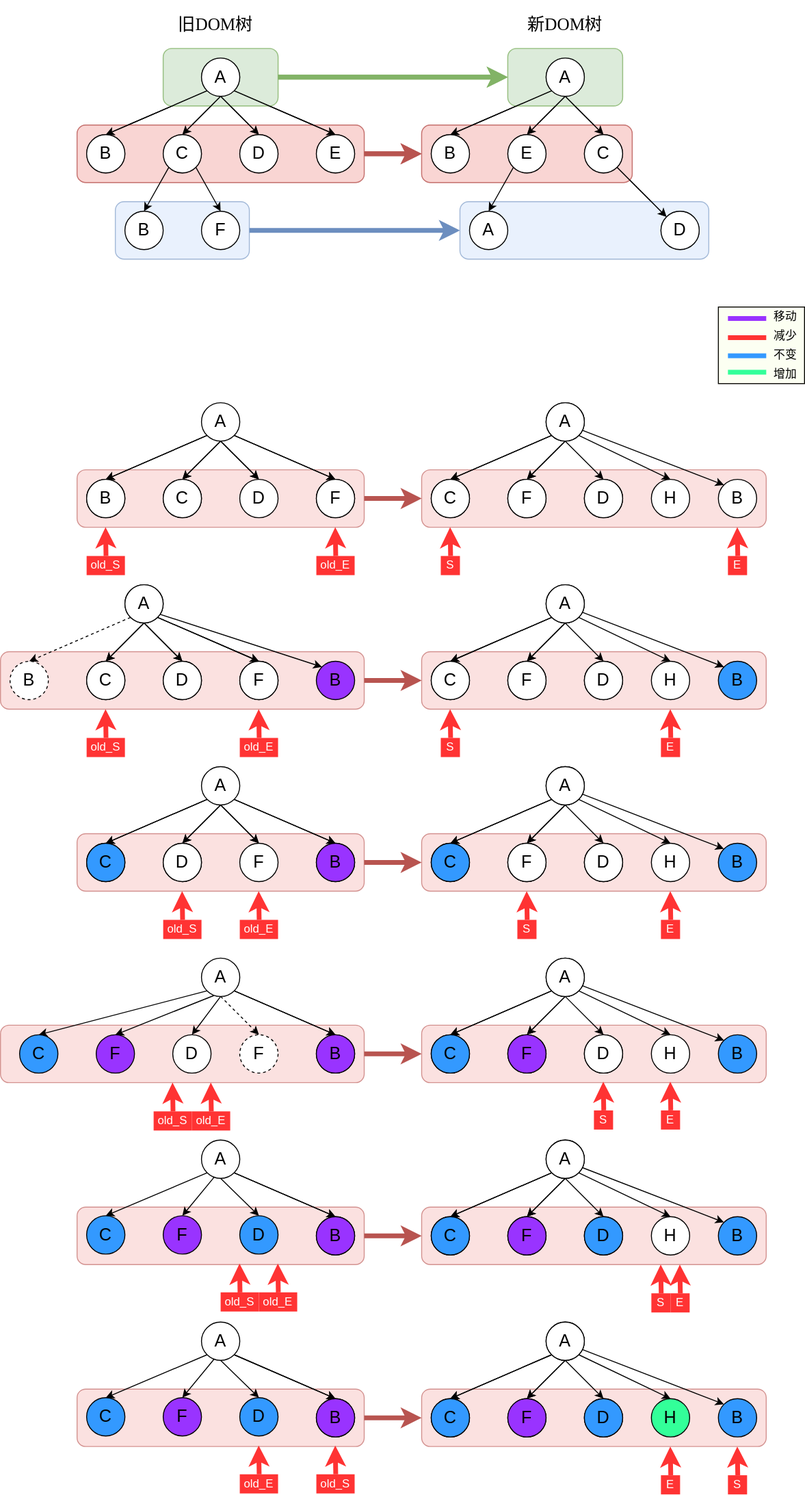
The draw.io diagram diff_illustrationV2.svg in DKwingSON/myDrawIO, before a commit. Source tidied: cells renumbered, new cells last; positions are measured from the earlier drawing's top-left corner, leaving out a move shared by most shapes.
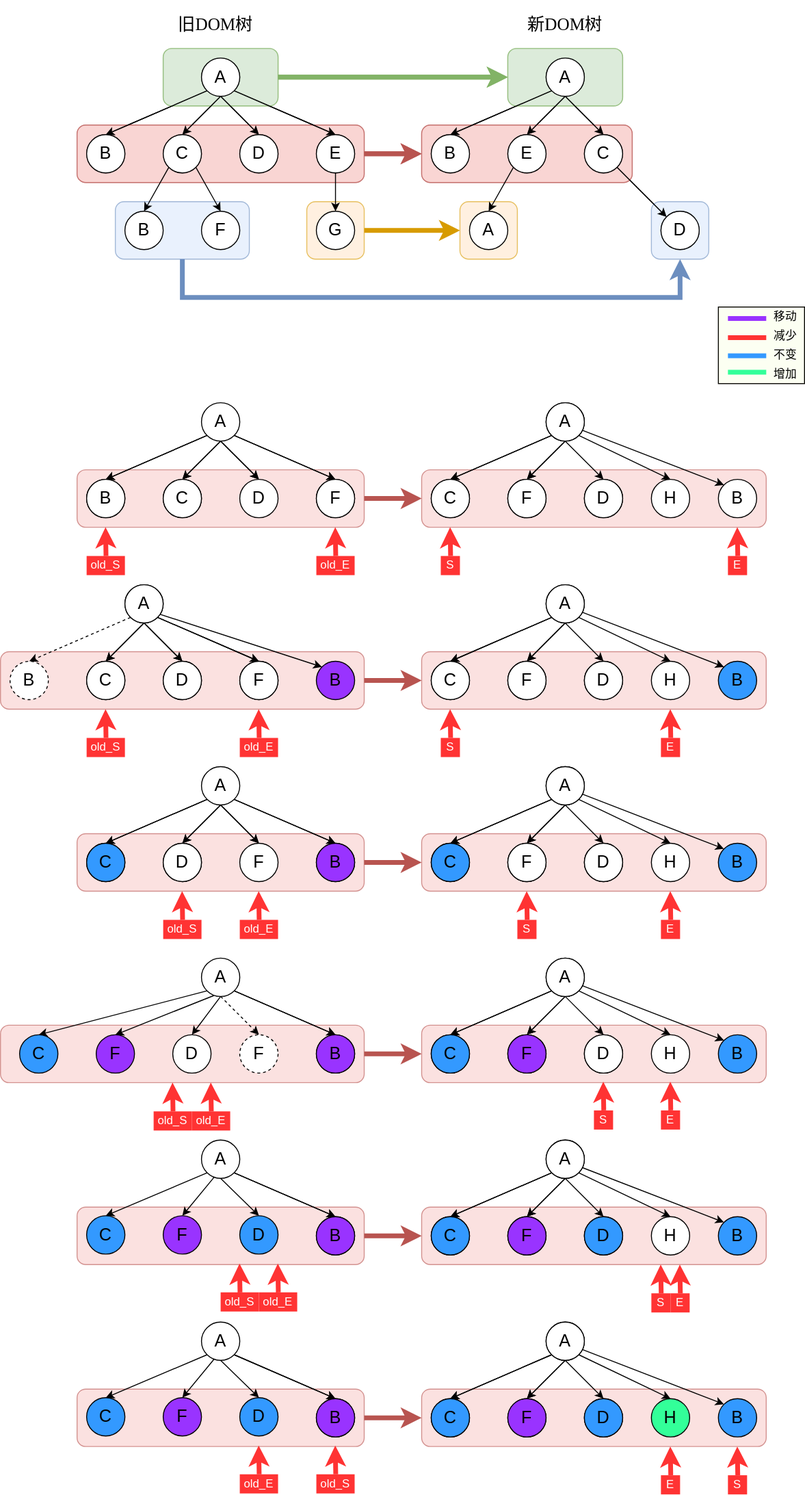
After the commit.

The edit, as a diff of the source:
```diff
@@ -2,8 +2,22 @@
   <root>
     <mxCell id="0" />
     <mxCell id="1" parent="0" />
+    <mxCell id="347" style="rounded=1;whiteSpace=wrap;html=1;fillColor=#ffe6cc;strokeColor=#d79b00;opacity=60;" parent="1" vertex="1">
+      <mxGeometry x="480" y="210" width="60" height="60" as="geometry" />
+    </mxCell>
+    <mxCell id="348" style="edgeStyle=orthogonalEdgeStyle;rounded=0;jettySize=auto;html=1;exitX=1;exitY=0.5;exitDx=0;exitDy=0;entryX=0;entryY=0.5;entryDx=0;entryDy=0;strokeWidth=5;fillColor=#ffe6cc;strokeColor=#d79b00;" parent="1" edge="1" source="349" target="347">
+      <mxGeometry relative="1" as="geometry" />
+    </mxCell>
+    <mxCell id="349" style="rounded=1;whiteSpace=wrap;html=1;fillColor=#ffe6cc;strokeColor=#d79b00;opacity=60;" parent="1" vertex="1">
+      <mxGeometry x="320" y="210" width="60" height="60" as="geometry" />
+    </mxCell>
-    <mxCell id="2" style="edgeStyle=none;rounded=0;jettySize=auto;html=1;exitX=1;exitY=0.5;exitDx=0;exitDy=0;entryX=0;entryY=0.5;entryDx=0;entryDy=0;fillColor=#dae8fc;strokeColor=#6c8ebf;strokeWidth=5;" parent="1" edge="1" source="3" target="35">
-      <mxGeometry relative="1" as="geometry" />
+    <mxCell id="2" style="edgeStyle=orthogonalEdgeStyle;rounded=0;jettySize=auto;html=1;exitX=0.5;exitY=1;exitDx=0;exitDy=0;entryX=0.5;entryY=1;entryDx=0;entryDy=0;fillColor=#dae8fc;strokeColor=#6c8ebf;strokeWidth=5;" parent="1" edge="1" source="3" target="35">
+      <mxGeometry relative="1" as="geometry">
+        <Array as="points">
+          <mxPoint x="190" y="310" />
+          <mxPoint x="710" y="310" />
+        </Array>
+      </mxGeometry>
     </mxCell>
     <mxCell id="3" style="rounded=1;whiteSpace=wrap;html=1;fillColor=#dae8fc;strokeColor=#6c8ebf;opacity=60;" parent="1" vertex="1">
       <mxGeometry x="120" y="210" width="140" height="60" as="geometry" />
@@ -105,7 +119,7 @@
       <mxGeometry x="440" y="130" width="220" height="60" as="geometry" />
     </mxCell>
     <mxCell id="35" style="rounded=1;whiteSpace=wrap;html=1;fillColor=#dae8fc;strokeColor=#6c8ebf;opacity=60;" parent="1" vertex="1">
-      <mxGeometry x="480" y="210" width="260" height="60" as="geometry" />
+      <mxGeometry x="680" y="210" width="60" height="60" as="geometry" />
     </mxCell>
     <mxCell id="36" style="rounded=0;jettySize=auto;html=1;exitX=0;exitY=1;exitDx=0;exitDy=0;entryX=0.5;entryY=0;entryDx=0;entryDy=0;" parent="1" edge="1" source="40" target="41">
       <mxGeometry relative="1" as="geometry" />
@@ -137,6 +151,9 @@
     <mxCell id="45" value="&lt;font style=&quot;font-size: 18px&quot;&gt;D&lt;/font&gt;" style="ellipse;whiteSpace=wrap;html=1;" parent="1" vertex="1">
       <mxGeometry x="250" y="140" width="40" height="40" as="geometry" />
     </mxCell>
+    <mxCell id="350" style="edgeStyle=orthogonalEdgeStyle;rounded=0;jettySize=auto;html=1;exitX=0.5;exitY=1;exitDx=0;exitDy=0;strokeWidth=1;" parent="1" edge="1" source="46" target="351">
+      <mxGeometry relative="1" as="geometry" />
+    </mxCell>
     <mxCell id="46" value="&lt;font style=&quot;font-size: 18px&quot;&gt;E&lt;/font&gt;" style="ellipse;whiteSpace=wrap;html=1;" parent="1" vertex="1">
       <mxGeometry x="330" y="140" width="40" height="40" as="geometry" />
     </mxCell>
@@ -1171,5 +1188,8 @@
         <mxPoint x="9.8" as="targetPoint" />
       </mxGeometry>
     </mxCell>
+    <mxCell id="351" value="&lt;font style=&quot;font-size: 18px&quot;&gt;G&lt;/font&gt;" style="ellipse;whiteSpace=wrap;html=1;" parent="1" vertex="1">
+      <mxGeometry x="330" y="220" width="40" height="40" as="geometry" />
+    </mxCell>
   </root>
 </mxGraphModel>
```
